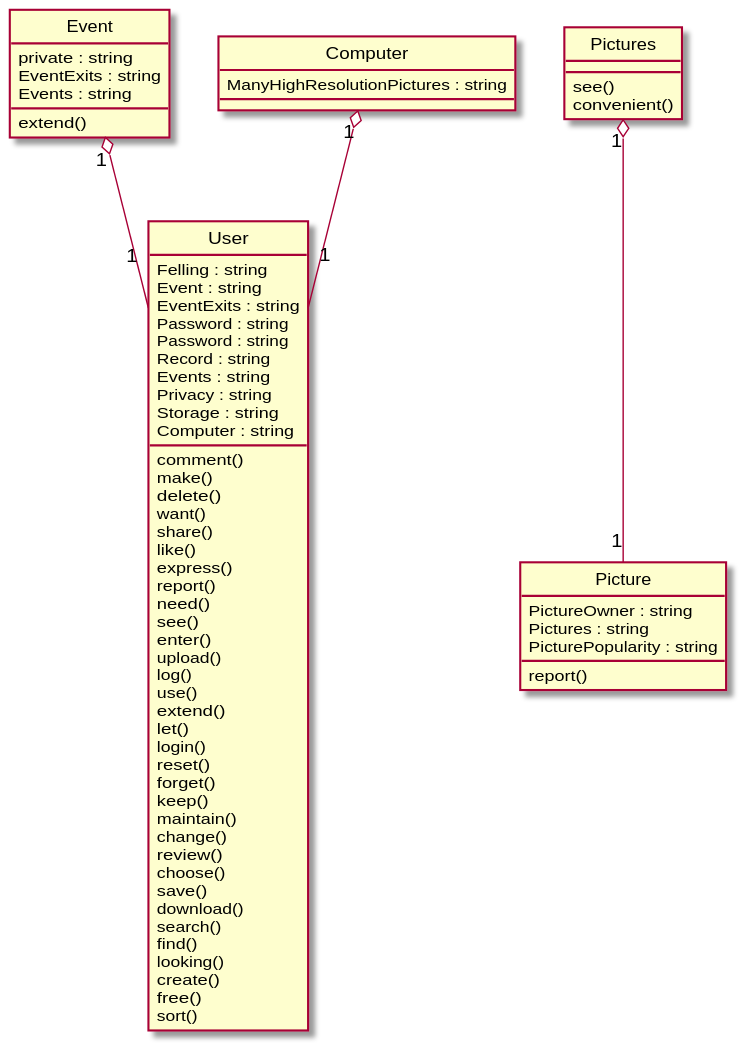
Before: Diagrams/2016-USC-Project05.svg, a diagram exported from PlantUML (xixixhalu/DomainModelExtractor). Its diagram source:
```plantuml
@startuml
hide circle
class User {
	Felling : string
	Event : string
	EventExits : string
	Password : string
	Password : string
	Record : string
	Events : string
	Privacy : string
	Storage : string
	Computer : string
	comment()
	make()
	delete()
	want()
	share()
	like()
	express()
	report()
	need()
	see()
	enter()
	upload()
	log()
	use()
	extend()
	let()
	login()
	reset()
	forget()
	keep()
	maintain()
	change()
	review()
	choose()
	save()
	download()
	search()
	find()
	looking()
	create()
	free()
	sort()
}
class Event {
	private : string
	EventExits : string
	Events : string
	extend()
}
class Computer {
	ManyHighResolutionPictures : string
}
class Picture {
	PictureOwner : string
	Pictures : string
	PicturePopularity : string
	report()
}
class Pictures {
	see()
	convenient()
}
Event "1" o-- "1" User
Computer "1" o-- "1" User
Pictures "1" o-- "1" Picture
@enduml
```
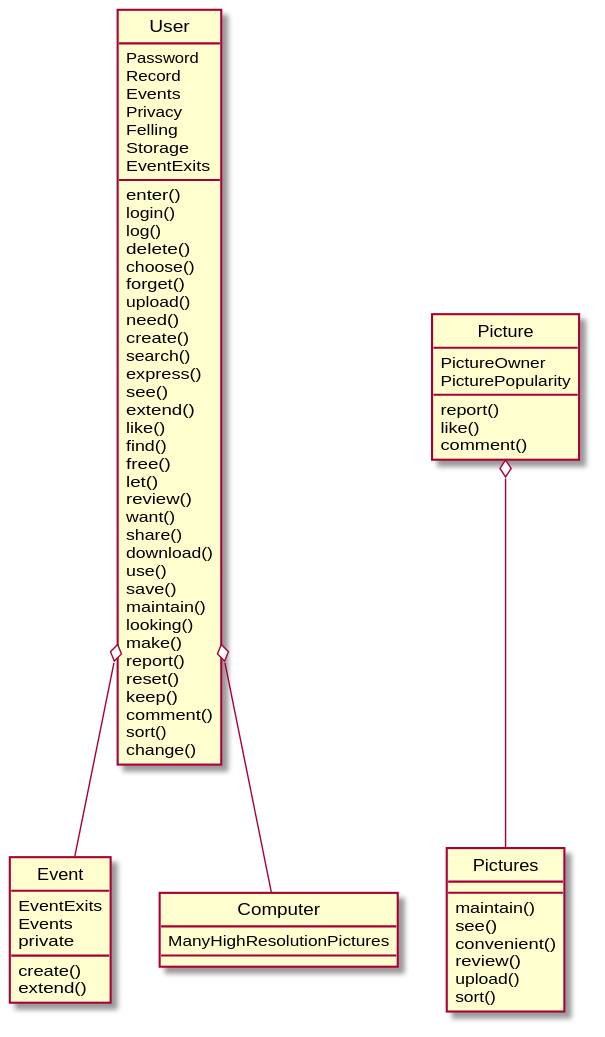
After the change.

Change to the diagram source:
```diff
@@ -1,69 +1,72 @@
 @startuml
 hide circle
 class User {
-	Felling : string
-	Event : string
-	EventExits : string
-	Password : string
-	Password : string
-	Record : string
-	Events : string
-	Privacy : string
-	Storage : string
-	Computer : string
-	comment()
-	make()
+	Password
+	Record
+	Events
+	Privacy
+	Felling
+	Storage
+	EventExits
+	enter()
+	login()
+	log()
 	delete()
+	choose()
+	forget()
+	upload()
+	need()
+	create()
+	search()
+	express()
+	see()
+	extend()
+	like()
+	find()
+	free()
+	let()
+	review()
 	want()
 	share()
-	like()
-	express()
+	download()
+	use()
+	save()
+	maintain()
+	looking()
+	make()
 	report()
-	need()
-	see()
-	enter()
-	upload()
-	log()
-	use()
-	extend()
-	let()
-	login()
 	reset()
-	forget()
 	keep()
-	maintain()
+	comment()
+	sort()
 	change()
-	review()
-	choose()
-	save()
-	download()
-	search()
-	find()
-	looking()
-	create()
-	free()
-	sort()
 }
 class Event {
-	private : string
-	EventExits : string
-	Events : string
+	EventExits
+	Events
+	private
+	create()
 	extend()
 }
 class Computer {
-	ManyHighResolutionPictures : string
+	ManyHighResolutionPictures
 }
 class Picture {
-	PictureOwner : string
-	Pictures : string
-	PicturePopularity : string
+	PictureOwner
+	PicturePopularity
 	report()
+	like()
+	comment()
 }
 class Pictures {
+	maintain()
 	see()
 	convenient()
+	review()
+	upload()
+	sort()
 }
-Event "1" o-- "1" User
-Computer "1" o-- "1" User
-Pictures "1" o-- "1" Picture
+Picture o-- Pictures
+User o-- Event
+User o-- Computer
 @enduml
```
